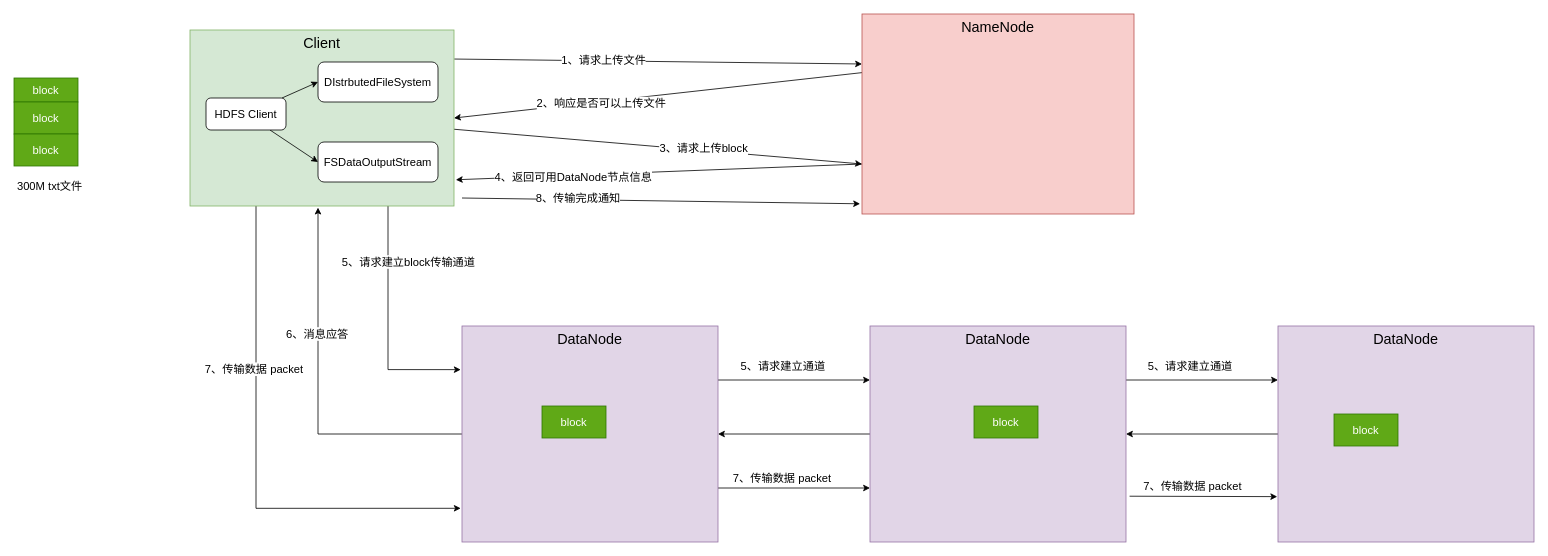
Above: page "HDFS写文件" (3 of 9) of Hadoop.drawio in starzy1990/diagrams (draw.io), before the change. Source tidied: cells renumbered, new cells numbered last; positions are measured from the earlier drawing's top-left corner, leaving out a move shared by most shapes. Both pictures are drawn from the tidied source at 80%, with x=0, y=0 at pixel (14, 14).
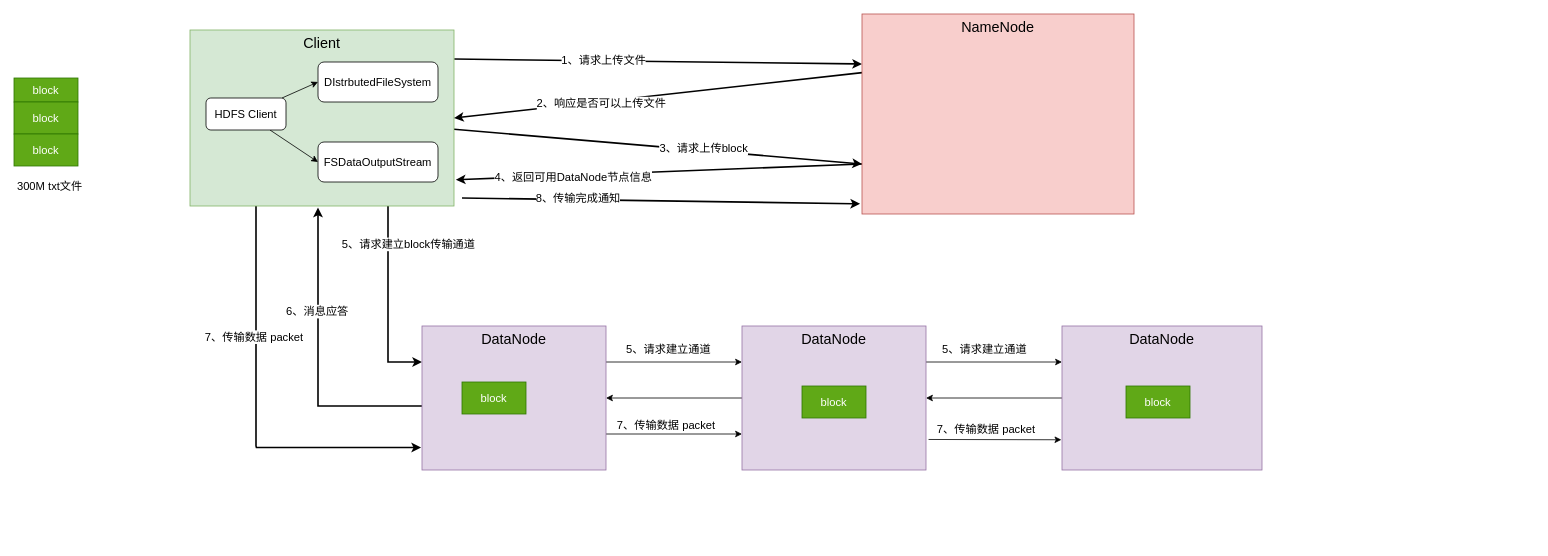
Above is the later version.

The change refers to these unchanged cells:
```xml
<mxCell id="12" value="Client" style="rounded=0;whiteSpace=wrap;html=1;fillColor=#d5e8d4;strokeColor=#82b366;fontSize=18;verticalAlign=top;" parent="1" vertex="1">
  <mxGeometry x="220" y="20" width="330" height="220" as="geometry" />
</mxCell>
<mxCell id="20" value="NameNode" style="rounded=0;whiteSpace=wrap;html=1;fontSize=18;fillColor=#f8cecc;strokeColor=#b85450;verticalAlign=top;" parent="1" vertex="1">
  <mxGeometry x="1060" width="340" height="250" as="geometry" />
</mxCell>
```

Diff of the diagram source:
```diff
@@
-    <mxCell id="2" style="rounded=0;jettySize=auto;html=1;entryX=0;entryY=0.25;entryDx=0;entryDy=0;fontSize=18;exitX=1.001;exitY=0.165;exitDx=0;exitDy=0;exitPerimeter=0;" parent="1" edge="1" source="12" target="20">
+    <mxCell id="2" style="rounded=0;jettySize=auto;html=1;entryX=0;entryY=0.25;entryDx=0;entryDy=0;fontSize=18;exitX=1.001;exitY=0.165;exitDx=0;exitDy=0;exitPerimeter=0;strokeWidth=2;" parent="1" edge="1" source="12" target="20">
       <mxGeometry relative="1" as="geometry" />
     </mxCell>
@@
-    <mxCell id="4" style="edgeStyle=none;rounded=0;jettySize=auto;html=1;entryX=0;entryY=0.75;entryDx=0;entryDy=0;fontSize=18;" parent="1" edge="1" source="12" target="20">
+    <mxCell id="4" style="edgeStyle=none;rounded=0;jettySize=auto;html=1;entryX=0;entryY=0.75;entryDx=0;entryDy=0;fontSize=18;strokeWidth=2;" parent="1" edge="1" source="12" target="20">
       <mxGeometry relative="1" as="geometry" />
     </mxCell>
@@
-    <mxCell id="6" style="edgeStyle=orthogonalEdgeStyle;rounded=0;jettySize=auto;html=1;entryX=-0.005;entryY=0.202;entryDx=0;entryDy=0;entryPerimeter=0;fontSize=14;exitX=0.75;exitY=1;exitDx=0;exitDy=0;" parent="1" edge="1" source="12" target="27">
+    <mxCell id="6" style="edgeStyle=orthogonalEdgeStyle;rounded=0;jettySize=auto;html=1;fontSize=14;exitX=0.75;exitY=1;exitDx=0;exitDy=0;entryX=0;entryY=0.25;entryDx=0;entryDy=0;strokeWidth=2;" parent="1" edge="1" source="12" target="27">
       <mxGeometry relative="1" as="geometry">
         <Array as="points">
-          <mxPoint x="468" y="445" />
+          <mxPoint x="468" y="435" />
         </Array>
       </mxGeometry>
     </mxCell>
@@
-    <mxCell id="8" style="edgeStyle=orthogonalEdgeStyle;rounded=0;jettySize=auto;html=1;entryX=-0.005;entryY=0.844;entryDx=0;entryDy=0;entryPerimeter=0;fontSize=14;exitX=0.25;exitY=1;exitDx=0;exitDy=0;" parent="1" edge="1" source="12" target="27">
+    <mxCell id="8" style="edgeStyle=orthogonalEdgeStyle;rounded=0;jettySize=auto;html=1;entryX=-0.005;entryY=0.844;entryDx=0;entryDy=0;entryPerimeter=0;fontSize=14;exitX=0.25;exitY=1;exitDx=0;exitDy=0;strokeWidth=2;" parent="1" edge="1" source="12" target="27">
       <mxGeometry relative="1" as="geometry">
         <Array as="points">
-          <mxPoint x="303" y="618" />
+          <mxPoint x="303" y="540" />
+          <mxPoint x="303" y="540" />
+          <mxPoint x="303" y="542" />
         </Array>
       </mxGeometry>
     </mxCell>
@@
-    <mxCell id="10" style="rounded=0;jettySize=auto;html=1;entryX=-0.007;entryY=0.949;entryDx=0;entryDy=0;entryPerimeter=0;fontSize=14;" parent="1" edge="1" target="20">
+    <mxCell id="10" style="rounded=0;jettySize=auto;html=1;entryX=-0.007;entryY=0.949;entryDx=0;entryDy=0;entryPerimeter=0;fontSize=14;strokeWidth=2;" parent="1" edge="1" target="20">
       <mxGeometry relative="1" as="geometry">
         <mxPoint x="560" y="230" as="sourcePoint" />
       </mxGeometry>
     </mxCell>
@@
-    <mxCell id="16" style="edgeStyle=none;rounded=0;jettySize=auto;html=1;entryX=1;entryY=0.5;entryDx=0;entryDy=0;fontSize=12;exitX=0.001;exitY=0.293;exitDx=0;exitDy=0;exitPerimeter=0;" parent="1" edge="1" source="20" target="12">
+    <mxCell id="16" style="edgeStyle=none;rounded=0;jettySize=auto;html=1;entryX=1;entryY=0.5;entryDx=0;entryDy=0;fontSize=12;exitX=0.001;exitY=0.293;exitDx=0;exitDy=0;exitPerimeter=0;strokeWidth=2;" parent="1" edge="1" source="20" target="12">
       <mxGeometry relative="1" as="geometry" />
     </mxCell>
@@
-    <mxCell id="18" style="edgeStyle=none;rounded=0;jettySize=auto;html=1;entryX=1.007;entryY=0.851;entryDx=0;entryDy=0;entryPerimeter=0;fontSize=14;exitX=0;exitY=0.75;exitDx=0;exitDy=0;" parent="1" edge="1" source="20" target="12">
+    <mxCell id="18" style="edgeStyle=none;rounded=0;jettySize=auto;html=1;entryX=1.007;entryY=0.851;entryDx=0;entryDy=0;entryPerimeter=0;fontSize=14;exitX=0;exitY=0.75;exitDx=0;exitDy=0;strokeWidth=2;" parent="1" edge="1" source="20" target="12">
       <mxGeometry relative="1" as="geometry" />
     </mxCell>
@@
-    <mxCell id="23" style="edgeStyle=orthogonalEdgeStyle;rounded=0;jettySize=auto;html=1;fontSize=14;" parent="1" edge="1" source="27">
+    <mxCell id="23" style="edgeStyle=orthogonalEdgeStyle;rounded=0;jettySize=auto;html=1;fontSize=14;strokeWidth=2;" parent="1" edge="1" source="27">
       <mxGeometry relative="1" as="geometry">
         <mxPoint x="380" y="242" as="targetPoint" />
         <Array as="points">
-          <mxPoint x="380" y="525" />
-          <mxPoint x="380" y="242" />
+          <mxPoint x="380" y="490" />
         </Array>
       </mxGeometry>
     </mxCell>
@@
     <mxCell id="27" value="DataNode" style="rounded=0;whiteSpace=wrap;html=1;fontSize=18;fillColor=#e1d5e7;strokeColor=#9673a6;verticalAlign=top;" parent="1" vertex="1">
-      <mxGeometry x="560" y="390" width="320" height="270" as="geometry" />
+      <mxGeometry x="510" y="390" width="230" height="180" as="geometry" />
     </mxCell>
@@
     <mxCell id="33" value="DataNode" style="rounded=0;whiteSpace=wrap;html=1;fontSize=18;fillColor=#e1d5e7;strokeColor=#9673a6;verticalAlign=top;" parent="1" vertex="1">
-      <mxGeometry x="1070" y="390" width="320" height="270" as="geometry" />
+      <mxGeometry x="910" y="390" width="230" height="180" as="geometry" />
     </mxCell>
@@
     <mxCell id="35" value="DataNode" style="rounded=0;whiteSpace=wrap;html=1;fontSize=18;fillColor=#e1d5e7;strokeColor=#9673a6;verticalAlign=top;" parent="1" vertex="1">
-      <mxGeometry x="1580" y="390" width="320" height="270" as="geometry" />
+      <mxGeometry x="1310" y="390" width="250" height="180" as="geometry" />
     </mxCell>
     <mxCell id="36" value="block" style="rounded=0;whiteSpace=wrap;html=1;fontSize=14;fillColor=#60a917;strokeColor=#2D7600;fontColor=#ffffff;" parent="1" vertex="1">
-      <mxGeometry x="660" y="490" width="80" height="40" as="geometry" />
+      <mxGeometry x="560" y="460" width="80" height="40" as="geometry" />
     </mxCell>
     <mxCell id="37" value="block" style="rounded=0;whiteSpace=wrap;html=1;fontSize=14;fillColor=#60a917;strokeColor=#2D7600;fontColor=#ffffff;" parent="1" vertex="1">
-      <mxGeometry x="1200" y="490" width="80" height="40" as="geometry" />
+      <mxGeometry x="985" y="465" width="80" height="40" as="geometry" />
     </mxCell>
     <mxCell id="38" value="block" style="rounded=0;whiteSpace=wrap;html=1;fontSize=14;fillColor=#60a917;strokeColor=#2D7600;fontColor=#ffffff;" parent="1" vertex="1">
-      <mxGeometry x="1650" y="500" width="80" height="40" as="geometry" />
+      <mxGeometry x="1390" y="465" width="80" height="40" as="geometry" />
     </mxCell>
```
